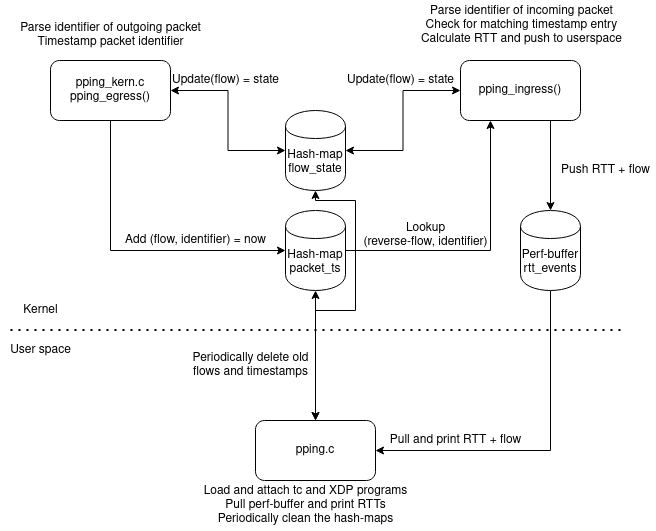
Before: pping/eBPF_pping_design.png, a diagram exported from draw.io (xdp-project/bpf-examples). Source tidied: cells renumbered, new cells last; positions are measured from the earlier drawing's top-left corner, leaving out a move shared by most shapes.
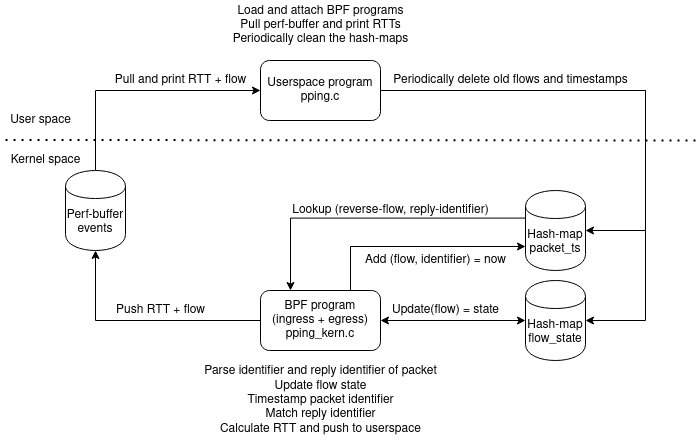
Above is the later version.

Commit message:
pping: Do both timestamping and matching on ingress and egress

The edit, as a diff of the source:
```diff
@@ -2,96 +2,101 @@
   <root>
     <mxCell id="0" />
     <mxCell id="1" parent="0" />
-    <mxCell id="2" style="edgeStyle=orthogonalEdgeStyle;rounded=0;jettySize=auto;html=1;exitX=0.5;exitY=1;exitDx=0;exitDy=0;entryX=0;entryY=0.5;entryDx=0;entryDy=0;" parent="1" edge="1" source="4" target="11">
-      <mxGeometry relative="1" as="geometry" />
+    <mxCell id="2" style="edgeStyle=orthogonalEdgeStyle;rounded=0;jettySize=auto;html=1;exitX=0.75;exitY=0;exitDx=0;exitDy=0;entryX=0;entryY=0.7;entryDx=0;entryDy=0;" parent="1" edge="1" source="4" target="11">
+      <mxGeometry relative="1" as="geometry">
+        <Array as="points">
+          <mxPoint x="215" y="6" />
+        </Array>
+      </mxGeometry>
     </mxCell>
     <mxCell id="3" style="edgeStyle=orthogonalEdgeStyle;rounded=0;jettySize=auto;html=1;exitX=1;exitY=0.5;exitDx=0;exitDy=0;entryX=0;entryY=0.5;entryDx=0;entryDy=0;startArrow=classic;startFill=1;" parent="1" edge="1" source="4" target="22">
       <mxGeometry relative="1" as="geometry" />
     </mxCell>
-    <mxCell id="4" value="&lt;div&gt;pping_kern.c&lt;/div&gt;&lt;div&gt;pping_egress()&lt;/div&gt;" style="rounded=1;whiteSpace=wrap;html=1;" parent="1" vertex="1">
-      <mxGeometry x="50" y="60" width="120" height="60" as="geometry" />
+    <mxCell id="4" value="&lt;div&gt;BPF program&lt;br&gt;(ingress + egress)&lt;br&gt;&lt;/div&gt;&lt;div&gt;pping_kern.c&lt;/div&gt;" style="rounded=1;whiteSpace=wrap;html=1;" parent="1" vertex="1">
+      <mxGeometry x="125" y="50" width="120" height="60" as="geometry" />
     </mxCell>
-    <mxCell id="5" style="edgeStyle=orthogonalEdgeStyle;rounded=0;jettySize=auto;html=1;exitX=0.75;exitY=1;exitDx=0;exitDy=0;entryX=0.5;entryY=0;entryDx=0;entryDy=0;" parent="1" edge="1" source="6" target="25">
+    <mxCell id="5" style="edgeStyle=orthogonalEdgeStyle;rounded=0;jettySize=auto;html=1;exitX=0;exitY=0.5;exitDx=0;exitDy=0;entryX=0.5;entryY=1;entryDx=0;entryDy=0;" parent="1" edge="1" source="4" target="25">
       <mxGeometry relative="1" as="geometry" />
     </mxCell>
-    <mxCell id="6" value="pping_ingress()" style="rounded=1;whiteSpace=wrap;html=1;" parent="1" vertex="1">
-      <mxGeometry x="460" y="60" width="120" height="60" as="geometry" />
-    </mxCell>
-    <mxCell id="7" style="edgeStyle=orthogonalEdgeStyle;rounded=0;jettySize=auto;html=1;entryX=0.5;entryY=1;entryDx=0;entryDy=0;startArrow=classic;startFill=1;exitX=0.5;exitY=0;exitDx=0;exitDy=0;" parent="1" edge="1" source="9" target="11">
-      <mxGeometry relative="1" as="geometry" />
+    <mxCell id="7" style="edgeStyle=orthogonalEdgeStyle;rounded=0;jettySize=auto;html=1;entryX=1;entryY=0.5;entryDx=0;entryDy=0;startArrow=none;startFill=0;exitX=1;exitY=0.5;exitDx=0;exitDy=0;" parent="1" edge="1" source="9" target="11">
+      <mxGeometry relative="1" as="geometry">
+        <Array as="points">
+          <mxPoint x="510" y="-150" />
+          <mxPoint x="510" y="-10" />
+        </Array>
+      </mxGeometry>
     </mxCell>
-    <mxCell id="8" style="edgeStyle=orthogonalEdgeStyle;rounded=0;jettySize=auto;html=1;startArrow=classic;startFill=1;entryX=0.5;entryY=1;entryDx=0;entryDy=0;exitX=0.5;exitY=0;exitDx=0;exitDy=0;" parent="1" edge="1" source="9" target="22">
+    <mxCell id="8" style="edgeStyle=orthogonalEdgeStyle;rounded=0;jettySize=auto;html=1;startArrow=none;startFill=0;exitX=1;exitY=0.5;exitDx=0;exitDy=0;entryX=1;entryY=0.5;entryDx=0;entryDy=0;" parent="1" edge="1" source="9" target="22">
       <mxGeometry relative="1" as="geometry">
         <Array as="points">
-          <mxPoint x="315" y="310" />
-          <mxPoint x="355" y="310" />
-          <mxPoint x="355" y="200" />
-          <mxPoint x="315" y="200" />
+          <mxPoint x="510" y="-150" />
+          <mxPoint x="510" y="80" />
         </Array>
       </mxGeometry>
     </mxCell>
-    <mxCell id="9" value="pping.c" style="rounded=1;whiteSpace=wrap;html=1;" parent="1" vertex="1">
-      <mxGeometry x="255" y="420" width="120" height="60" as="geometry" />
+    <mxCell id="9" value="&lt;div&gt;Userspace program&lt;br&gt;pping.c&lt;/div&gt;" style="rounded=1;whiteSpace=wrap;html=1;" parent="1" vertex="1">
+      <mxGeometry x="125" y="-180" width="120" height="60" as="geometry" />
     </mxCell>
-    <mxCell id="10" style="edgeStyle=orthogonalEdgeStyle;rounded=0;jettySize=auto;html=1;exitX=1;exitY=0.5;exitDx=0;exitDy=0;entryX=0.25;entryY=1;entryDx=0;entryDy=0;" parent="1" edge="1" source="11" target="6">
-      <mxGeometry relative="1" as="geometry" />
+    <mxCell id="10" style="edgeStyle=orthogonalEdgeStyle;rounded=0;jettySize=auto;html=1;entryX=0.25;entryY=0;entryDx=0;entryDy=0;exitX=0;exitY=0.345;exitDx=0;exitDy=0;exitPerimeter=0;" parent="1" edge="1" source="11" target="4">
+      <mxGeometry relative="1" as="geometry">
+        <Array as="points">
+          <mxPoint x="155" y="-22" />
+        </Array>
+      </mxGeometry>
     </mxCell>
     <mxCell id="11" value="Hash-map&lt;br&gt;packet_ts" style="shape=cylinder;whiteSpace=wrap;html=1;boundedLbl=1;backgroundOutline=1;" parent="1" vertex="1">
-      <mxGeometry x="285" y="210" width="60" height="80" as="geometry" />
+      <mxGeometry x="390" y="-50" width="60" height="80" as="geometry" />
     </mxCell>
-    <mxCell id="12" style="edgeStyle=orthogonalEdgeStyle;rounded=0;jettySize=auto;html=1;exitX=0.5;exitY=1;exitDx=0;exitDy=0;entryX=1;entryY=0.5;entryDx=0;entryDy=0;" parent="1" edge="1" source="25" target="9">
+    <mxCell id="12" style="edgeStyle=orthogonalEdgeStyle;rounded=0;jettySize=auto;html=1;exitX=0.5;exitY=0;exitDx=0;exitDy=0;entryX=0;entryY=0.5;entryDx=0;entryDy=0;" parent="1" edge="1" source="25" target="9">
       <mxGeometry relative="1" as="geometry" />
     </mxCell>
     <mxCell id="13" value="Add (flow, identifier) = now" style="text;html=1;align=center;verticalAlign=middle;" parent="1" vertex="1">
-      <mxGeometry x="115" y="230" width="160" height="20" as="geometry" />
+      <mxGeometry x="220" y="10" width="160" height="20" as="geometry" />
     </mxCell>
-    <mxCell id="14" value="Lookup&lt;br&gt;(reverse-flow, identifier)" style="text;html=1;align=center;verticalAlign=middle;" parent="1" vertex="1">
-      <mxGeometry x="355" y="220" width="140" height="30" as="geometry" />
-    </mxCell>
     <mxCell id="15" value="Push RTT + flow" style="text;html=1;align=center;verticalAlign=middle;" parent="1" vertex="1">
-      <mxGeometry x="555" y="160" width="100" height="20" as="geometry" />
+      <mxGeometry x="-25" y="60" width="100" height="20" as="geometry" />
     </mxCell>
     <mxCell id="16" value="Pull and print RTT + flow" style="text;html=1;align=center;verticalAlign=middle;" parent="1" vertex="1">
-      <mxGeometry x="380" y="430" width="150" height="20" as="geometry" />
+      <mxGeometry x="-30" y="-170" width="150" height="20" as="geometry" />
     </mxCell>
-    <mxCell id="17" value="&lt;div&gt;Parse identifier of outgoing packet &lt;br&gt;&lt;/div&gt;&lt;div&gt;Timestamp packet identifier &lt;br&gt;&lt;/div&gt;" style="text;html=1;align=center;verticalAlign=middle;" parent="1" vertex="1">
-      <mxGeometry x="10" y="20" width="200" height="30" as="geometry" />
+    <mxCell id="17" value="&lt;div&gt;Parse identifier and reply identifier of packet&lt;/div&gt;&lt;div&gt;Update flow state&lt;br&gt;&lt;/div&gt;&lt;div&gt;Timestamp packet identifier&lt;/div&gt;&lt;div&gt;Match reply identifier&lt;/div&gt;&lt;div&gt;Calculate RTT and push to userspace&lt;br&gt;&lt;/div&gt;" style="text;html=1;align=center;verticalAlign=middle;" parent="1" vertex="1">
+      <mxGeometry x="60" y="120" width="250" height="80" as="geometry" />
     </mxCell>
-    <mxCell id="18" value="Parse identifier of incoming packet&lt;br&gt;Check for matching timestamp entry&lt;br&gt;Calculate RTT and push to userspace" style="text;html=1;align=center;verticalAlign=middle;" parent="1" vertex="1">
-      <mxGeometry x="411" width="220" height="50" as="geometry" />
-    </mxCell>
-    <mxCell id="19" value="&lt;div&gt;Periodically delete old &lt;br&gt;&lt;/div&gt;&lt;div&gt;flows and timestamps&lt;/div&gt;" style="text;html=1;align=center;verticalAlign=middle;" parent="1" vertex="1">
-      <mxGeometry x="185" y="350" width="130" height="30" as="geometry" />
+    <mxCell id="19" value="&lt;div&gt;Periodically delete old flows and timestamps&lt;/div&gt;" style="text;html=1;align=center;verticalAlign=middle;" parent="1" vertex="1">
+      <mxGeometry x="250" y="-170" width="250" height="20" as="geometry" />
     </mxCell>
-    <mxCell id="20" value="Load and attach tc and XDP programs&lt;br&gt;Pull perf-buffer and print RTTs&lt;br&gt;Periodically clean the hash-maps" style="text;html=1;align=center;verticalAlign=middle;" parent="1" vertex="1">
-      <mxGeometry x="195" y="480" width="220" height="50" as="geometry" />
+    <mxCell id="20" value="Load and attach BPF programs&lt;br&gt;Pull perf-buffer and print RTTs&lt;br&gt;Periodically clean the hash-maps" style="text;html=1;align=center;verticalAlign=middle;" parent="1" vertex="1">
+      <mxGeometry x="90" y="-240" width="190" height="50" as="geometry" />
     </mxCell>
-    <mxCell id="21" style="edgeStyle=orthogonalEdgeStyle;rounded=0;jettySize=auto;html=1;exitX=1;exitY=0.5;exitDx=0;exitDy=0;entryX=0;entryY=0.5;entryDx=0;entryDy=0;startArrow=classic;startFill=1;" parent="1" edge="1" source="22" target="6">
-      <mxGeometry relative="1" as="geometry" />
-    </mxCell>
     <mxCell id="22" value="Hash-map&lt;br&gt;flow_state" style="shape=cylinder;whiteSpace=wrap;html=1;boundedLbl=1;backgroundOutline=1;" parent="1" vertex="1">
-      <mxGeometry x="285" y="110" width="60" height="80" as="geometry" />
+      <mxGeometry x="390" y="40" width="60" height="80" as="geometry" />
     </mxCell>
     <mxCell id="23" value="Update(flow) = state" style="text;html=1;align=center;verticalAlign=middle;" parent="1" vertex="1">
-      <mxGeometry x="165" y="70" width="120" height="20" as="geometry" />
+      <mxGeometry x="250" y="60" width="120" height="20" as="geometry" />
     </mxCell>
-    <mxCell id="24" value="Update(flow) = state" style="text;html=1;align=center;verticalAlign=middle;" parent="1" vertex="1">
-      <mxGeometry x="340" y="70" width="120" height="20" as="geometry" />
-    </mxCell>
-    <mxCell id="25" value="Perf-buffer&lt;br&gt;rtt_events" style="shape=cylinder;whiteSpace=wrap;html=1;boundedLbl=1;backgroundOutline=1;" parent="1" vertex="1">
-      <mxGeometry x="520" y="210" width="60" height="80" as="geometry" />
+    <mxCell id="25" value="Perf-buffer&lt;br&gt;events" style="shape=cylinder;whiteSpace=wrap;html=1;boundedLbl=1;backgroundOutline=1;" parent="1" vertex="1">
+      <mxGeometry x="-70" y="-70" width="60" height="80" as="geometry" />
     </mxCell>
     <mxCell id="26" style="endArrow=none;dashed=1;html=1;dashPattern=1 3;strokeWidth=2;" parent="1" edge="1">
       <mxGeometry relative="1" as="geometry">
-        <mxPoint x="10" y="329.5" as="sourcePoint" />
-        <mxPoint x="620" y="329.5" as="targetPoint" />
+        <mxPoint x="-130" y="-100.5" as="sourcePoint" />
+        <mxPoint x="560" y="-100" as="targetPoint" />
       </mxGeometry>
     </mxCell>
-    <mxCell id="27" value="Kernel" style="text;html=1;align=center;verticalAlign=middle;" parent="1" vertex="1">
-      <mxGeometry x="15" y="300" width="50" height="20" as="geometry" />
+    <mxCell id="27" value="Kernel space" style="text;html=1;align=center;verticalAlign=middle;" parent="1" vertex="1">
+      <mxGeometry x="-135" y="-90" width="90" height="20" as="geometry" />
     </mxCell>
     <mxCell id="28" value="User space" style="text;html=1;align=center;verticalAlign=middle;" parent="1" vertex="1">
-      <mxGeometry y="340" width="80" height="20" as="geometry" />
+      <mxGeometry x="-135" y="-130" width="80" height="20" as="geometry" />
     </mxCell>
+    <mxCell id="29" value="Lookup (reverse-flow, reply-identifier)" style="text;html=1;align=center;verticalAlign=middle;strokeColor=none;" parent="1" vertex="1">
+      <mxGeometry x="150" y="-40" width="210" height="20" as="geometry" />
+    </mxCell>
+    <mxCell id="30" style="endArrow=none;dashed=1;html=1;strokeColor=#FFFFFF;" parent="1" edge="1">
+      <mxGeometry relative="1" as="geometry">
+        <mxPoint x="130" y="200" as="sourcePoint" />
+        <mxPoint x="220" y="200" as="targetPoint" />
+      </mxGeometry>
+    </mxCell>
   </root>
 </mxGraphModel>
```
